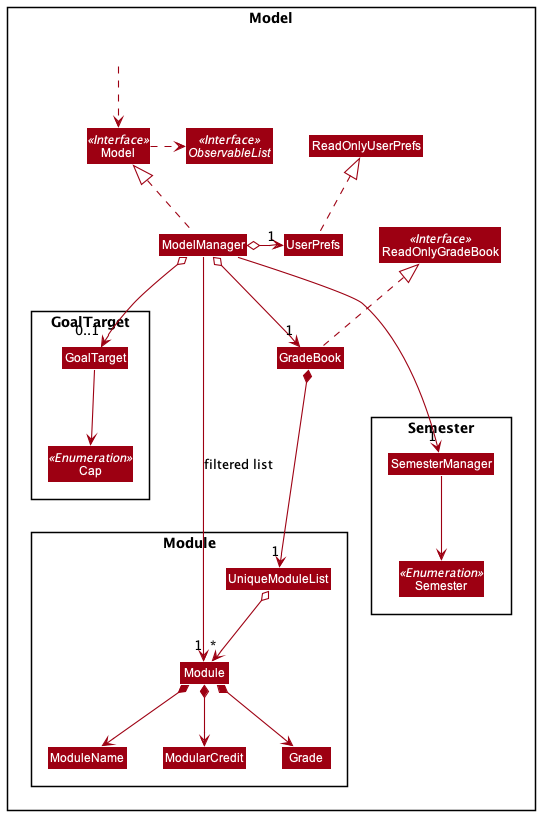
zhaolingshan/tp keeps this PlantUML diagram as docs/images/ModelClassDiagram.png. Above is the earlier version. The source it was exported from:
```plantuml
@startuml
!include style.puml
skinparam arrowThickness 1.1
skinparam arrowColor MODEL_COLOR
skinparam classBackgroundColor MODEL_COLOR

Package Model <<Rectangle>>{
    Interface ReadOnlyGradeBook <<Interface>>
    Interface Model <<Interface>>
    Interface ObservableList <<Interface>>
    Class GradeBook
    Class ReadOnlyGradeBook
    Class Model
    Class ModelManager
    Class UserPrefs
    Class ReadOnlyUserPrefs

Package Module {
    Class Module
    Class ModuleName
    Class ModularCredit
    Class Grade
    Class UniqueModuleList
}

Package Semester {
    Class SemesterManager
    Enum Semester <<Enumeration>>
}

SemesterManager --> Semester

Package GoalTarget {
    Class GoalTarget
    Enum Cap <<Enumeration>>
}
GoalTarget --> Cap

Class HiddenOutside #FFFFFF
HiddenOutside ..> Model

GradeBook .up.|> ReadOnlyGradeBook

ModelManager .up.|> Model
Model .right.> ObservableList
ModelManager o--> "1" GradeBook
ModelManager o--> "0..1" GoalTarget
ModelManager o-left-> "1" UserPrefs
UserPrefs .up.|> ReadOnlyUserPrefs

GradeBook *--> "1" UniqueModuleList
UniqueModuleList o--> "*" Module
Module *--> ModuleName
Module *--> ModularCredit
Module *--> Grade

ModelManager ----->"1" Module : filtered list
ModelManager --->"1" SemesterManager
@enduml
```
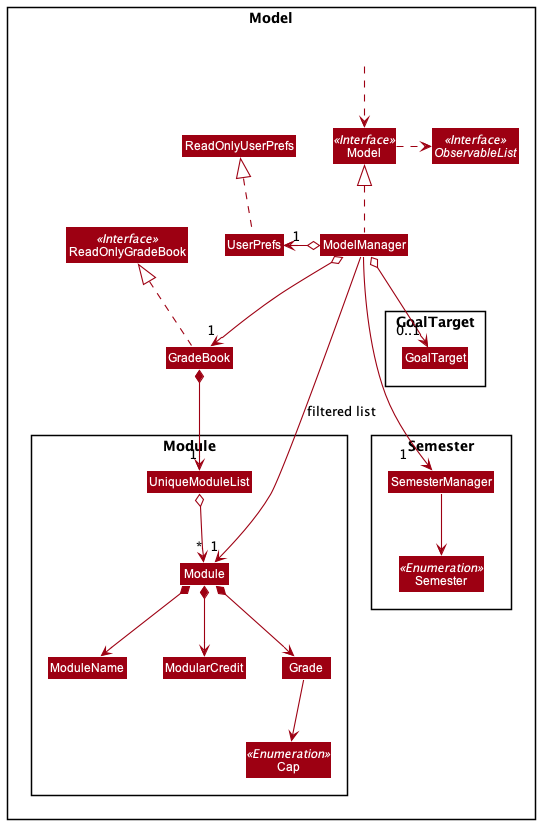
Above is the later version.

What changed in the source:
```diff
@@ -21,6 +21,7 @@
     Class ModularCredit
     Class Grade
     Class UniqueModuleList
+    Enum Cap <<Enumeration>>
 }
 
 Package Semester {
@@ -32,9 +33,7 @@
 
 Package GoalTarget {
     Class GoalTarget
-    Enum Cap <<Enumeration>>
 }
-GoalTarget --> Cap
 
 Class HiddenOutside #FFFFFF
 HiddenOutside ..> Model
@@ -53,7 +52,8 @@
 Module *--> ModuleName
 Module *--> ModularCredit
 Module *--> Grade
+Grade --> Cap
 
-ModelManager ----->"1" Module : filtered list
-ModelManager --->"1" SemesterManager
+ModelManager ---> "1" Module : filtered list
+ModelManager ---> "1    " SemesterManager
 @enduml
```
